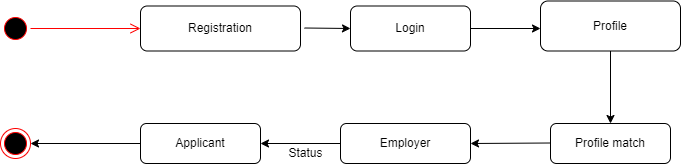
This is object modelling/State Transition Diagram.drawio.png from akshayar2712/ust-prograd-training, a draw.io export, as it was before one commit. Source tidied: cells renumbered, new cells last; positions are measured from the earlier drawing's top-left corner, leaving out a move shared by most shapes. Source of this version:
```xml
<mxGraphModel>
  <root>
    <mxCell id="0" />
    <mxCell id="1" parent="0" />
    <mxCell id="2" style="ellipse;html=1;shape=startState;fillColor=#000000;strokeColor=#ff0000;" parent="1" vertex="1">
      <mxGeometry y="12" width="30" height="30" as="geometry" />
    </mxCell>
    <mxCell id="3" style="edgeStyle=orthogonalEdgeStyle;html=1;verticalAlign=bottom;endArrow=open;endSize=8;strokeColor=#ff0000;rounded=0;" parent="1" edge="1" source="2">
      <mxGeometry relative="1" as="geometry">
        <mxPoint x="140" y="27" as="targetPoint" />
      </mxGeometry>
    </mxCell>
    <mxCell id="4" value="Registration" style="rounded=1;whiteSpace=wrap;html=1;" parent="1" vertex="1">
      <mxGeometry x="140" y="4.5" width="160" height="45" as="geometry" />
    </mxCell>
    <mxCell id="5" value="Login" style="rounded=1;whiteSpace=wrap;html=1;" parent="1" vertex="1">
      <mxGeometry x="350" y="4.5" width="120" height="45" as="geometry" />
    </mxCell>
    <mxCell id="6" value="Profile" style="rounded=1;whiteSpace=wrap;html=1;" parent="1" vertex="1">
      <mxGeometry x="540" y="-0.5" width="140" height="50" as="geometry" />
    </mxCell>
    <mxCell id="7" style="endArrow=classic;html=1;rounded=0;" parent="1" edge="1">
      <mxGeometry relative="1" as="geometry">
        <mxPoint x="304" y="26.5" as="sourcePoint" />
        <mxPoint x="350" y="27" as="targetPoint" />
      </mxGeometry>
    </mxCell>
    <mxCell id="8" style="endArrow=classic;html=1;rounded=0;exitX=1;exitY=0.5;exitDx=0;exitDy=0;" parent="1" edge="1" source="5">
      <mxGeometry relative="1" as="geometry">
        <mxPoint x="540" y="27" as="targetPoint" />
      </mxGeometry>
    </mxCell>
    <mxCell id="9" value="Employer" style="rounded=1;whiteSpace=wrap;html=1;" parent="1" vertex="1">
      <mxGeometry x="340" y="122" width="130" height="40" as="geometry" />
    </mxCell>
    <mxCell id="10" value="Applicant" style="rounded=1;whiteSpace=wrap;html=1;" parent="1" vertex="1">
      <mxGeometry x="140" y="122" width="120" height="40" as="geometry" />
    </mxCell>
    <mxCell id="11" style="ellipse;html=1;shape=endState;fillColor=#000000;strokeColor=#ff0000;" parent="1" vertex="1">
      <mxGeometry y="127" width="30" height="30" as="geometry" />
    </mxCell>
    <mxCell id="12" style="endArrow=classic;html=1;rounded=0;exitX=0;exitY=0.5;exitDx=0;exitDy=0;entryX=1;entryY=0.5;entryDx=0;entryDy=0;" parent="1" edge="1" source="10" target="11">
      <mxGeometry relative="1" as="geometry" />
    </mxCell>
    <mxCell id="13" value="Status" style="text;html=1;align=center;verticalAlign=middle;fillColor=none;strokeColor=none;rounded=0;" parent="1" vertex="1">
      <mxGeometry x="280" y="142" width="50" height="20" as="geometry" />
    </mxCell>
    <mxCell id="14" style="endArrow=classic;html=1;rounded=0;" parent="1" edge="1" source="6" target="15">
      <mxGeometry relative="1" as="geometry" />
    </mxCell>
    <mxCell id="15" value="Profile match" style="rounded=1;whiteSpace=wrap;html=1;" parent="1" vertex="1">
      <mxGeometry x="550" y="122" width="120" height="40" as="geometry" />
    </mxCell>
    <mxCell id="16" style="endArrow=classic;html=1;rounded=0;" parent="1" edge="1">
      <mxGeometry relative="1" as="geometry">
        <mxPoint x="550" y="141.5" as="sourcePoint" />
        <mxPoint x="470" y="142" as="targetPoint" />
      </mxGeometry>
    </mxCell>
    <mxCell id="17" style="endArrow=classic;html=1;rounded=0;entryX=1;entryY=0.5;entryDx=0;entryDy=0;" parent="1" edge="1" target="10">
      <mxGeometry relative="1" as="geometry">
        <mxPoint x="340" y="142" as="sourcePoint" />
      </mxGeometry>
    </mxCell>
  </root>
</mxGraphModel>
```
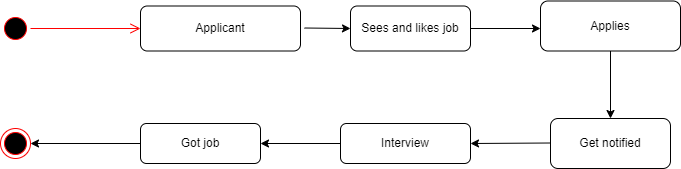
Above is the later version.

Diff of the diagram source:
```diff
@@ -10,13 +10,13 @@
         <mxPoint x="140" y="27" as="targetPoint" />
       </mxGeometry>
     </mxCell>
-    <mxCell id="4" value="Registration" style="rounded=1;whiteSpace=wrap;html=1;" parent="1" vertex="1">
+    <mxCell id="4" value="Applicant" style="rounded=1;whiteSpace=wrap;html=1;" parent="1" vertex="1">
       <mxGeometry x="140" y="4.5" width="160" height="45" as="geometry" />
     </mxCell>
-    <mxCell id="5" value="Login" style="rounded=1;whiteSpace=wrap;html=1;" parent="1" vertex="1">
+    <mxCell id="5" value="Sees and likes job" style="rounded=1;whiteSpace=wrap;html=1;" parent="1" vertex="1">
       <mxGeometry x="350" y="4.5" width="120" height="45" as="geometry" />
     </mxCell>
-    <mxCell id="6" value="Profile" style="rounded=1;whiteSpace=wrap;html=1;" parent="1" vertex="1">
+    <mxCell id="6" value="Applies" style="rounded=1;whiteSpace=wrap;html=1;" parent="1" vertex="1">
       <mxGeometry x="540" y="-0.5" width="140" height="50" as="geometry" />
     </mxCell>
     <mxCell id="7" style="endArrow=classic;html=1;rounded=0;" parent="1" edge="1">
@@ -30,10 +30,10 @@
         <mxPoint x="540" y="27" as="targetPoint" />
       </mxGeometry>
     </mxCell>
-    <mxCell id="9" value="Employer" style="rounded=1;whiteSpace=wrap;html=1;" parent="1" vertex="1">
+    <mxCell id="9" value="Interview" style="rounded=1;whiteSpace=wrap;html=1;" parent="1" vertex="1">
       <mxGeometry x="340" y="122" width="130" height="40" as="geometry" />
     </mxCell>
-    <mxCell id="10" value="Applicant" style="rounded=1;whiteSpace=wrap;html=1;" parent="1" vertex="1">
+    <mxCell id="10" value="Got job" style="rounded=1;whiteSpace=wrap;html=1;" parent="1" vertex="1">
       <mxGeometry x="140" y="122" width="120" height="40" as="geometry" />
     </mxCell>
     <mxCell id="11" style="ellipse;html=1;shape=endState;fillColor=#000000;strokeColor=#ff0000;" parent="1" vertex="1">
@@ -42,14 +42,11 @@
     <mxCell id="12" style="endArrow=classic;html=1;rounded=0;exitX=0;exitY=0.5;exitDx=0;exitDy=0;entryX=1;entryY=0.5;entryDx=0;entryDy=0;" parent="1" edge="1" source="10" target="11">
       <mxGeometry relative="1" as="geometry" />
     </mxCell>
-    <mxCell id="13" value="Status" style="text;html=1;align=center;verticalAlign=middle;fillColor=none;strokeColor=none;rounded=0;" parent="1" vertex="1">
-      <mxGeometry x="280" y="142" width="50" height="20" as="geometry" />
-    </mxCell>
     <mxCell id="14" style="endArrow=classic;html=1;rounded=0;" parent="1" edge="1" source="6" target="15">
       <mxGeometry relative="1" as="geometry" />
     </mxCell>
-    <mxCell id="15" value="Profile match" style="rounded=1;whiteSpace=wrap;html=1;" parent="1" vertex="1">
-      <mxGeometry x="550" y="122" width="120" height="40" as="geometry" />
+    <mxCell id="15" value="Get notified" style="rounded=1;whiteSpace=wrap;html=1;" parent="1" vertex="1">
+      <mxGeometry x="550" y="117" width="120" height="50" as="geometry" />
     </mxCell>
     <mxCell id="16" style="endArrow=classic;html=1;rounded=0;" parent="1" edge="1">
       <mxGeometry relative="1" as="geometry">
```
